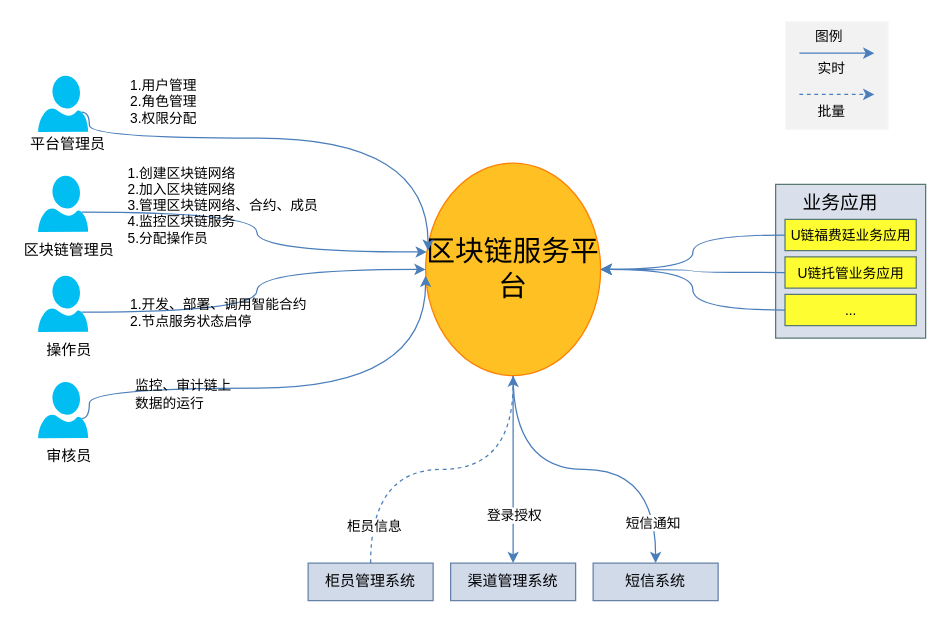
dilide/collections keeps this draw.io diagram as repository/drawio/postb/系统上下文_yc.drawio. Above is the earlier version. Source tidied: cells renumbered, new cells numbered last; positions are measured from the earlier drawing's top-left corner, leaving out a move shared by most shapes. Both pictures are drawn from the tidied source at 125%, with x=0, y=0 at pixel (21, 21).
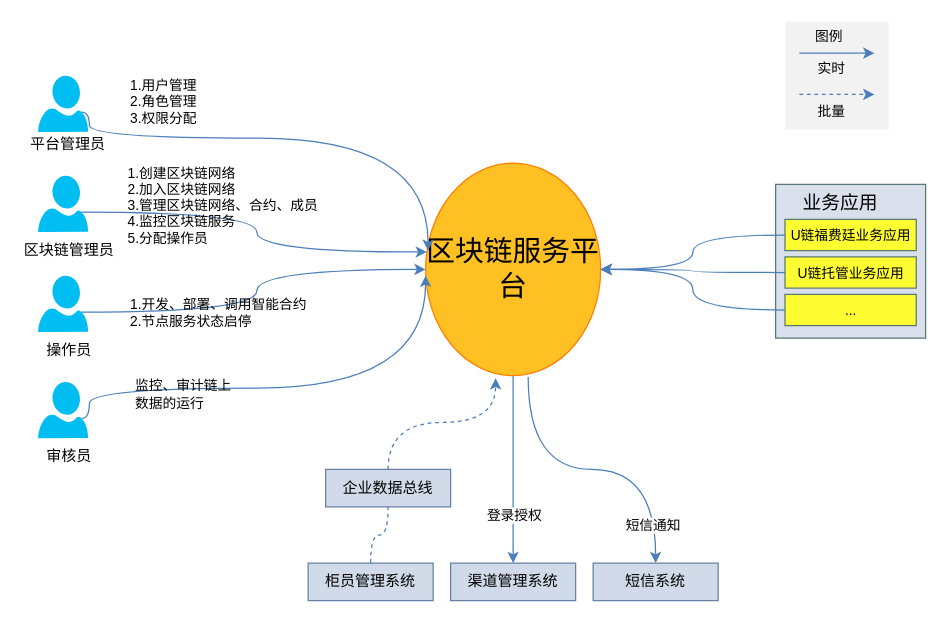
The same page after the edit.

Commit message:
Update 系统上下文_yc.drawio

The change refers to these unchanged cells:
```xml
<mxCell id="6" value="区块链服务平台" style="ellipse;whiteSpace=wrap;html=1;fontSize=23;fillColor=#FFC024;strokeColor=#FF8000;shadow=0;labelBorderColor=none;" parent="1" vertex="1">
  <mxGeometry x="323" y="113" width="140" height="170" as="geometry" />
</mxCell>
<mxCell id="25" value="柜员管理系统" style="rounded=0;whiteSpace=wrap;html=1;fontSize=12;fillColor=#D1DAE9;strokeColor=#6581A5;" parent="1" vertex="1">
  <mxGeometry x="229" y="433" width="100" height="30" as="geometry" />
</mxCell>
<mxCell id="27" value="短信系统" style="rounded=0;whiteSpace=wrap;html=1;fontSize=12;fillColor=#D1DAE9;strokeColor=#6581A5;" parent="1" vertex="1">
  <mxGeometry x="457" y="433" width="100" height="30" as="geometry" />
</mxCell>
```

Diff of the diagram source:
```diff
@@
-    <mxCell id="2" style="edgeStyle=orthogonalEdgeStyle;curved=1;rounded=0;jettySize=auto;html=1;exitX=0.5;exitY=1;exitDx=0;exitDy=0;fontSize=11;strokeColor=#4A7EBB;" parent="1" edge="1" source="6" target="27">
+    <mxCell id="2" style="edgeStyle=orthogonalEdgeStyle;curved=1;rounded=0;jettySize=auto;html=1;exitX=0.586;exitY=1.006;exitDx=0;exitDy=0;fontSize=11;strokeColor=#4A7EBB;exitPerimeter=0;" parent="1" edge="1" source="6" target="27">
       <mxGeometry relative="1" as="geometry" />
     </mxCell>
@@
-    <mxCell id="23" style="edgeStyle=orthogonalEdgeStyle;curved=1;rounded=0;jettySize=auto;html=1;exitX=0.5;exitY=0;exitDx=0;exitDy=0;entryX=0.5;entryY=1;entryDx=0;entryDy=0;fontSize=12;strokeColor=#4A7EBB;dashed=1;" parent="1" edge="1" source="25" target="6">
-      <mxGeometry relative="1" as="geometry" />
-    </mxCell>
-    <mxCell id="24" value="柜员信息" style="text;html=1;align=center;verticalAlign=middle;labelBackgroundColor=#ffffff;fontSize=11;" parent="23" vertex="1">
-      <mxGeometry x="-0.77" y="-2" relative="1" as="geometry" />
-    </mxCell>
@@
+    <mxCell id="42" value="企业数据总线" style="rounded=0;whiteSpace=wrap;html=1;fontSize=12;fillColor=#D1DAE9;strokeColor=#6581A5;" parent="1" vertex="1">
+      <mxGeometry x="243" y="358" width="100" height="30" as="geometry" />
+    </mxCell>
+    <mxCell id="43" style="endArrow=none;dashed=1;html=1;entryX=0.5;entryY=1;entryDx=0;entryDy=0;edgeStyle=orthogonalEdgeStyle;curved=1;exitX=0.5;exitY=0;exitDx=0;exitDy=0;strokeColor=#4A7EBB;" parent="1" edge="1" source="25" target="42">
+      <mxGeometry relative="1" as="geometry" />
+    </mxCell>
+    <mxCell id="44" style="endArrow=classic;html=1;edgeStyle=orthogonalEdgeStyle;curved=1;entryX=0.4;entryY=1.012;entryDx=0;entryDy=0;entryPerimeter=0;exitX=0.5;exitY=0;exitDx=0;exitDy=0;dashed=1;strokeColor=#4A7EBB;" parent="1" edge="1" source="42" target="6">
+      <mxGeometry relative="1" as="geometry" />
+    </mxCell>
```
